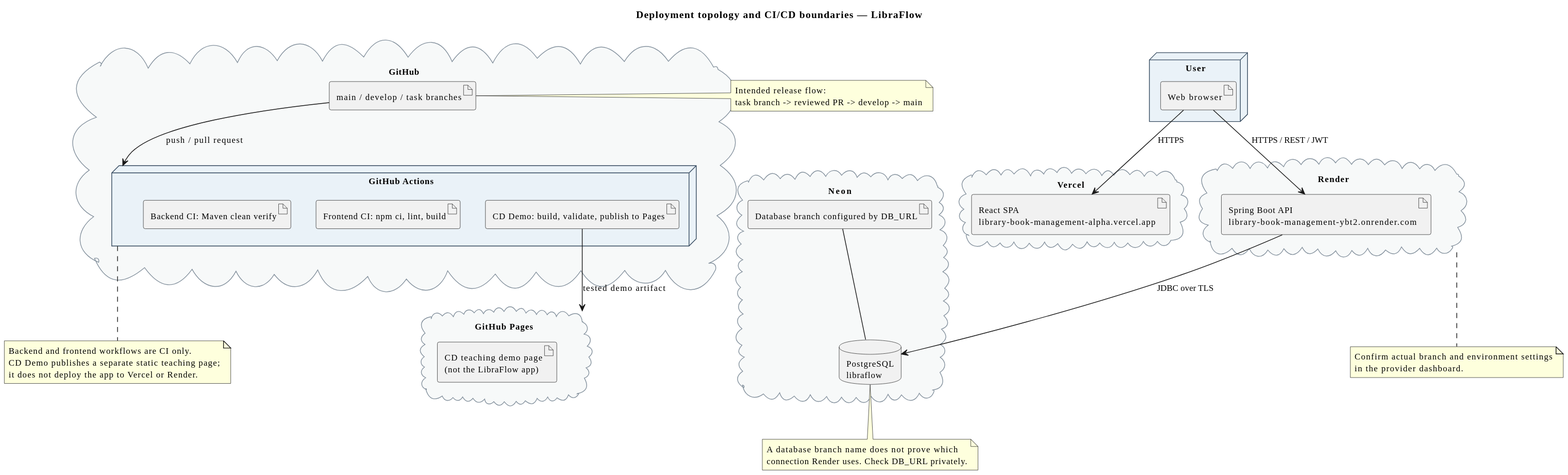
Before: doc/diagrams/images/13-deployment-diagram.svg, a diagram exported from PlantUML (boatrocl/library_book_management).
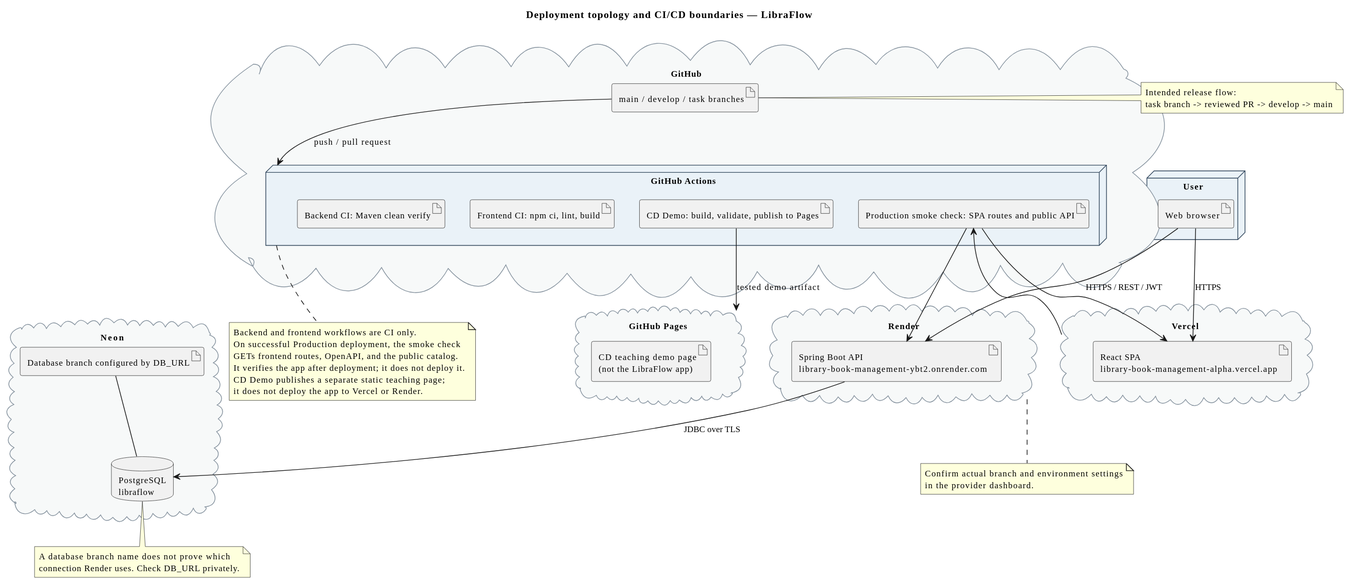
The same diagram one commit later.

Commit message:
docs(devops): document deployment verification

Diff of the diagram source:
```diff
@@ -35,6 +35,7 @@
   node "GitHub Actions" as CI {
     artifact "Backend CI: Maven clean verify" as BACKEND_CI
     artifact "Frontend CI: npm ci, lint, build" as FRONTEND_CI
+    artifact "Production smoke check: SPA routes and public API" as PROD_SMOKE
     artifact "CD Demo: build, validate, publish to Pages" as DEMO_CI_CD
   }
 }
@@ -49,6 +50,9 @@
 NEON_BRANCH -- DB
 REPO --> CI : push / pull request
 DEMO_CI_CD --> PAGES : tested demo artifact
+VERCEL --> PROD_SMOKE
+PROD_SMOKE --> FRONTEND
+PROD_SMOKE --> BACKEND
 
 note right of REPO
   Intended release flow:
@@ -57,6 +61,9 @@
 
 note bottom of CI
   Backend and frontend workflows are CI only.
+  On successful Production deployment, the smoke check
+  GETs frontend routes, OpenAPI, and the public catalog.
+  It verifies the app after deployment; it does not deploy it.
   CD Demo publishes a separate static teaching page;
   it does not deploy the app to Vercel or Render.
 end note
```
